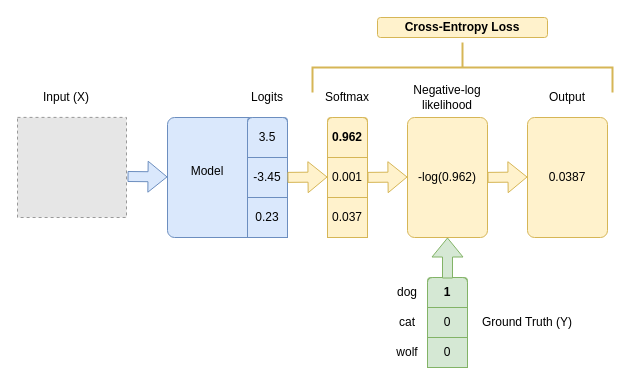
Above: notes/permanent/diagrams/cross-entropy-loss-function.drawio in lextoumbourou/notes (draw.io), before the change. Source tidied: cells renumbered, new cells numbered last; positions are measured from the earlier drawing's top-left corner, leaving out a move shared by most shapes. Both pictures are drawn from the tidied source at 100%, with x=0, y=0 at pixel (17, -83). Pictures stored in the file or linked from it are replaced by grey dashed boxes.
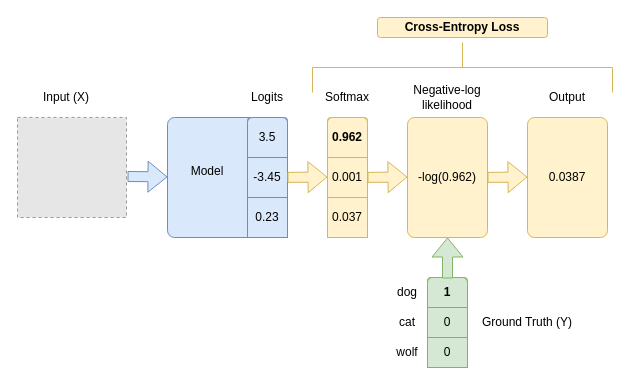
Above is the later version.

Commit message (it also covers changes not shown here):
Reduce line width.

Change to the diagram source:
```diff
@@
-    <mxCell id="33" style="strokeWidth=2;html=1;shape=mxgraph.flowchart.annotation_2;align=left;labelPosition=right;rotation=90;fillColor=#fff2cc;strokeColor=#d6b656;" parent="1" vertex="1">
+    <mxCell id="33" style="strokeWidth=1;html=1;shape=mxgraph.flowchart.annotation_2;align=left;labelPosition=right;rotation=90;fillColor=#fff2cc;strokeColor=#d6b656;" parent="1" vertex="1">
       <mxGeometry x="420" width="50" height="300" as="geometry" />
     </mxCell>
```
